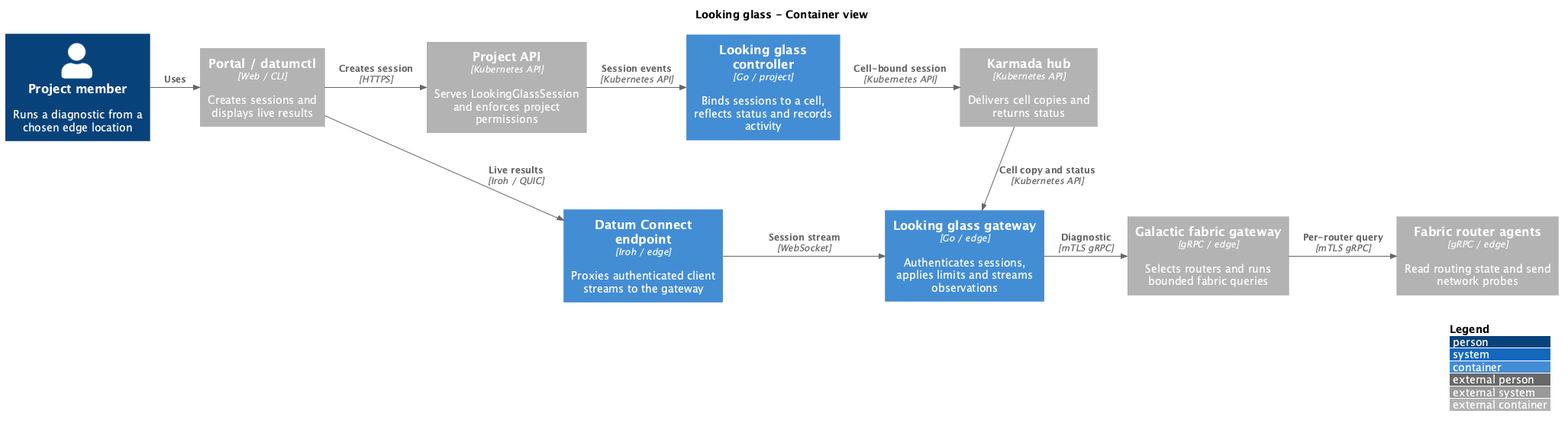
Before: architecture/networking/looking-glass-containers.png, a diagram exported from PlantUML (datum-cloud/enhancements).
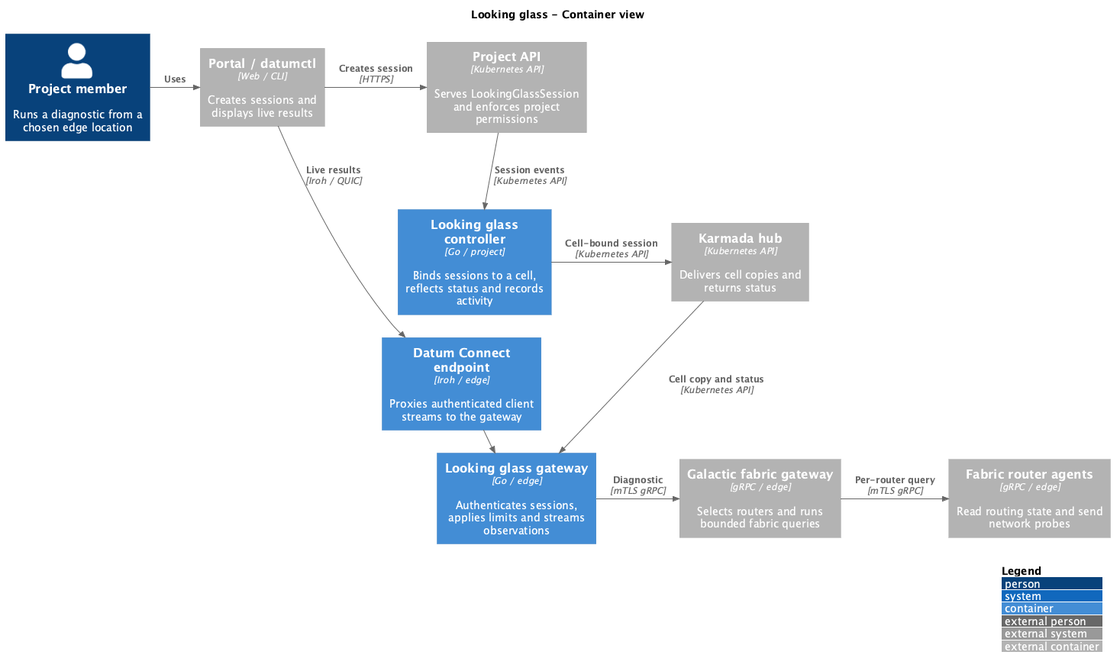
The same file after the commit.

Commit message:
docs: Give looking glass diagram more vertical space

What changed in the source:
```diff
@@ -18,7 +18,7 @@
 
 Rel_R(customer, client, "Uses")
 Rel_R(client, project_api, "Creates session", "HTTPS")
-Rel_R(project_api, controller, "Session events", "Kubernetes API")
+Rel_D(project_api, controller, "Session events", "Kubernetes API")
 Rel_R(controller, karmada, "Cell-bound session", "Kubernetes API")
 Rel_D(karmada, gateway, "Cell copy and status", "Kubernetes API")
 Rel_D(client, endpoint, "Live results", "Iroh / QUIC")
```
